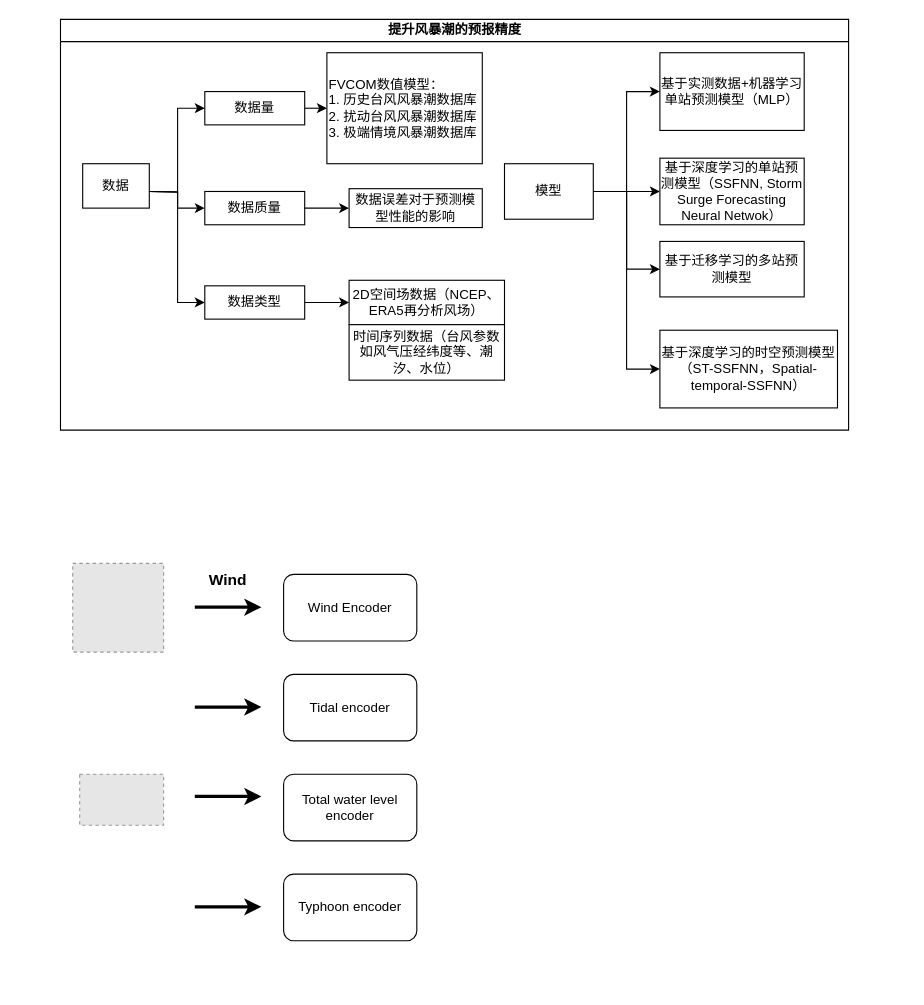
Xylitolor/Xylitolee keeps this draw.io diagram as 硕士论文.drawio. Above is the earlier version. Source tidied: cells renumbered, new cells numbered last; positions are measured from the earlier drawing's top-left corner, leaving out a move shared by most shapes. Both pictures are drawn from the tidied source at 111%, with x=0, y=0 at pixel (60, 19). Pictures stored in the file or linked from it are replaced by grey dashed boxes.
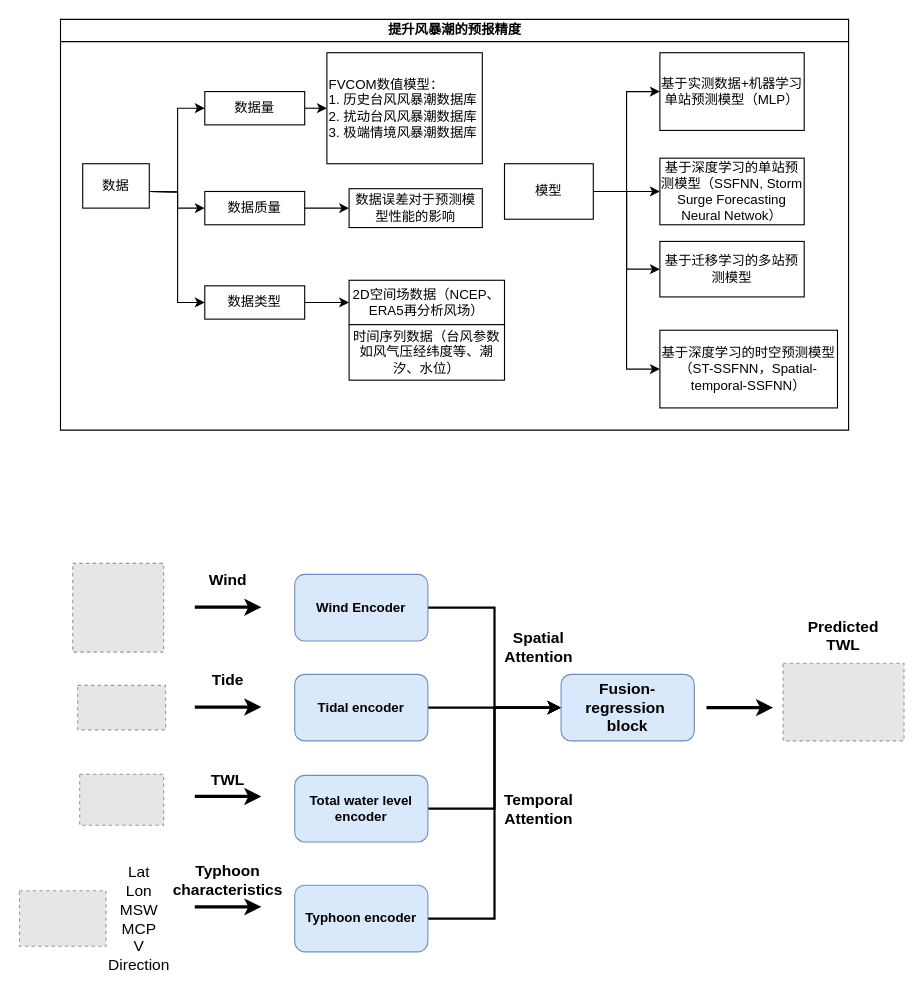
Above is the later version.

Commit message (it also covers changes not shown here):
更新硕士论文.drawio

Change to the diagram source:
```diff
@@
+    <mxCell id="37" style="fillColor=#E6E6E6;strokeColor=#999999;dashed=1;verticalLabelPosition=bottom;labelBackgroundColor=default;verticalAlign=top;" parent="1" vertex="1">
+      <mxGeometry x="-36.9" y="785" width="77.9" height="50" as="geometry" />
+    </mxCell>
@@
+    <mxCell id="38" style="edgeStyle=orthogonalEdgeStyle;rounded=0;jettySize=auto;html=1;exitX=1;exitY=0.5;exitDx=0;exitDy=0;entryX=0;entryY=0.5;entryDx=0;entryDy=0;strokeWidth=2;fontSize=14;fontStyle=0;spacing=1;" parent="1" edge="1" source="26" target="49">
+      <mxGeometry relative="1" as="geometry" />
+    </mxCell>
-    <mxCell id="26" value="Wind Encoder" style="rounded=1;whiteSpace=wrap;html=1;" parent="1" vertex="1">
-      <mxGeometry x="201" y="500" width="120" height="60" as="geometry" />
+    <mxCell id="26" value="Wind Encoder" style="rounded=1;whiteSpace=wrap;html=1;fillColor=#dae8fc;strokeColor=#6c8ebf;fontStyle=1;" parent="1" vertex="1">
+      <mxGeometry x="211" y="500" width="120" height="60" as="geometry" />
     </mxCell>
+    <mxCell id="39" style="edgeStyle=orthogonalEdgeStyle;rounded=0;jettySize=auto;html=1;exitX=1;exitY=0.5;exitDx=0;exitDy=0;entryX=0;entryY=0.5;entryDx=0;entryDy=0;strokeWidth=2;fontSize=14;" parent="1" edge="1" source="27" target="49">
+      <mxGeometry relative="1" as="geometry" />
+    </mxCell>
-    <mxCell id="27" value="Tidal encoder" style="rounded=1;whiteSpace=wrap;html=1;" parent="1" vertex="1">
-      <mxGeometry x="201" y="590" width="120" height="60" as="geometry" />
+    <mxCell id="27" value="Tidal encoder" style="rounded=1;whiteSpace=wrap;html=1;fillColor=#dae8fc;strokeColor=#6c8ebf;fontStyle=1;" parent="1" vertex="1">
+      <mxGeometry x="211" y="590" width="120" height="60" as="geometry" />
     </mxCell>
+    <mxCell id="40" style="edgeStyle=orthogonalEdgeStyle;rounded=0;jettySize=auto;html=1;exitX=1;exitY=0.5;exitDx=0;exitDy=0;entryX=0;entryY=0.5;entryDx=0;entryDy=0;strokeWidth=2;fontSize=14;" parent="1" edge="1" source="28" target="49">
+      <mxGeometry relative="1" as="geometry" />
+    </mxCell>
-    <mxCell id="28" value="Total water level encoder" style="rounded=1;whiteSpace=wrap;html=1;" parent="1" vertex="1">
-      <mxGeometry x="201" y="680" width="120" height="60" as="geometry" />
+    <mxCell id="28" value="Total water level encoder" style="rounded=1;whiteSpace=wrap;html=1;fillColor=#dae8fc;strokeColor=#6c8ebf;fontStyle=1;" parent="1" vertex="1">
+      <mxGeometry x="211" y="681" width="120" height="60" as="geometry" />
     </mxCell>
+    <mxCell id="41" style="edgeStyle=orthogonalEdgeStyle;rounded=0;jettySize=auto;html=1;exitX=1;exitY=0.5;exitDx=0;exitDy=0;entryX=0;entryY=0.5;entryDx=0;entryDy=0;strokeWidth=2;fontSize=14;" parent="1" edge="1" source="29" target="49">
+      <mxGeometry relative="1" as="geometry" />
+    </mxCell>
-    <mxCell id="29" value="Typhoon encoder" style="rounded=1;whiteSpace=wrap;html=1;" parent="1" vertex="1">
-      <mxGeometry x="201" y="770" width="120" height="60" as="geometry" />
+    <mxCell id="29" value="Typhoon encoder" style="rounded=1;whiteSpace=wrap;html=1;fillColor=#dae8fc;strokeColor=#6c8ebf;fontStyle=1;" parent="1" vertex="1">
+      <mxGeometry x="211" y="780" width="120" height="60" as="geometry" />
     </mxCell>
@@
+    <mxCell id="42" value="TWL" style="text;html=1;strokeColor=none;fillColor=none;align=center;verticalAlign=middle;whiteSpace=wrap;rounded=0;fontStyle=1;fontSize=14;" parent="1" vertex="1">
+      <mxGeometry x="121" y="670" width="60" height="30" as="geometry" />
+    </mxCell>
+    <mxCell id="43" style="fillColor=#E6E6E6;strokeColor=#999999;dashed=1;verticalLabelPosition=bottom;labelBackgroundColor=default;verticalAlign=top;" parent="1" vertex="1">
+      <mxGeometry x="651" y="580" width="108.9" height="70" as="geometry" />
+    </mxCell>
+    <mxCell id="44" style="fillColor=#E6E6E6;strokeColor=#999999;dashed=1;verticalLabelPosition=bottom;labelBackgroundColor=default;verticalAlign=top;" parent="1" vertex="1">
+      <mxGeometry x="15.5" y="600" width="79.2" height="40" as="geometry" />
+    </mxCell>
+    <mxCell id="45" value="&lt;b&gt;Tide&lt;/b&gt;" style="text;html=1;strokeColor=none;fillColor=none;align=center;verticalAlign=middle;whiteSpace=wrap;rounded=0;fontSize=14;" parent="1" vertex="1">
+      <mxGeometry x="121" y="580" width="60" height="30" as="geometry" />
+    </mxCell>
+    <mxCell id="46" value="Lat&lt;br&gt;Lon&lt;br&gt;MSW&lt;br&gt;MCP&lt;br&gt;V&lt;br&gt;Direction" style="text;html=1;strokeColor=none;fillColor=none;align=center;verticalAlign=middle;whiteSpace=wrap;rounded=0;fontSize=14;" parent="1" vertex="1">
+      <mxGeometry x="41" y="750" width="60" height="120" as="geometry" />
+    </mxCell>
+    <mxCell id="47" value="Typhoon&lt;br&gt;characteristics" style="text;html=1;strokeColor=none;fillColor=none;align=center;verticalAlign=middle;whiteSpace=wrap;rounded=0;fontStyle=1;fontSize=14;" parent="1" vertex="1">
+      <mxGeometry x="121" y="760" width="60" height="30" as="geometry" />
+    </mxCell>
+    <mxCell id="48" value="Spatial Attention" style="text;html=1;strokeColor=none;fillColor=none;align=center;verticalAlign=middle;whiteSpace=wrap;rounded=0;fontStyle=1;fontSize=14;" parent="1" vertex="1">
+      <mxGeometry x="401" y="550" width="60" height="30" as="geometry" />
+    </mxCell>
+    <mxCell id="49" value="Fusion-regression&amp;nbsp;&lt;br&gt;block" style="rounded=1;whiteSpace=wrap;html=1;fontSize=14;fillColor=#dae8fc;strokeColor=#6c8ebf;fontStyle=1;" parent="1" vertex="1">
+      <mxGeometry x="451" y="590" width="120" height="60" as="geometry" />
+    </mxCell>
+    <mxCell id="50" value="Temporal Attention" style="text;html=1;strokeColor=none;fillColor=none;align=center;verticalAlign=middle;whiteSpace=wrap;rounded=0;fontStyle=1;fontSize=14;" parent="1" vertex="1">
+      <mxGeometry x="401" y="696" width="60" height="30" as="geometry" />
+    </mxCell>
+    <mxCell id="51" style="endArrow=classic;html=1;rounded=0;strokeWidth=3;" parent="1" edge="1">
+      <mxGeometry relative="1" as="geometry">
+        <mxPoint x="582" y="620" as="sourcePoint" />
+        <mxPoint x="642" y="620" as="targetPoint" />
+      </mxGeometry>
+    </mxCell>
+    <mxCell id="52" value="Predicted TWL" style="text;html=1;strokeColor=none;fillColor=none;align=center;verticalAlign=middle;whiteSpace=wrap;rounded=0;fontStyle=1;fontSize=14;" parent="1" vertex="1">
+      <mxGeometry x="660" y="540" width="91" height="30" as="geometry" />
+    </mxCell>
```
